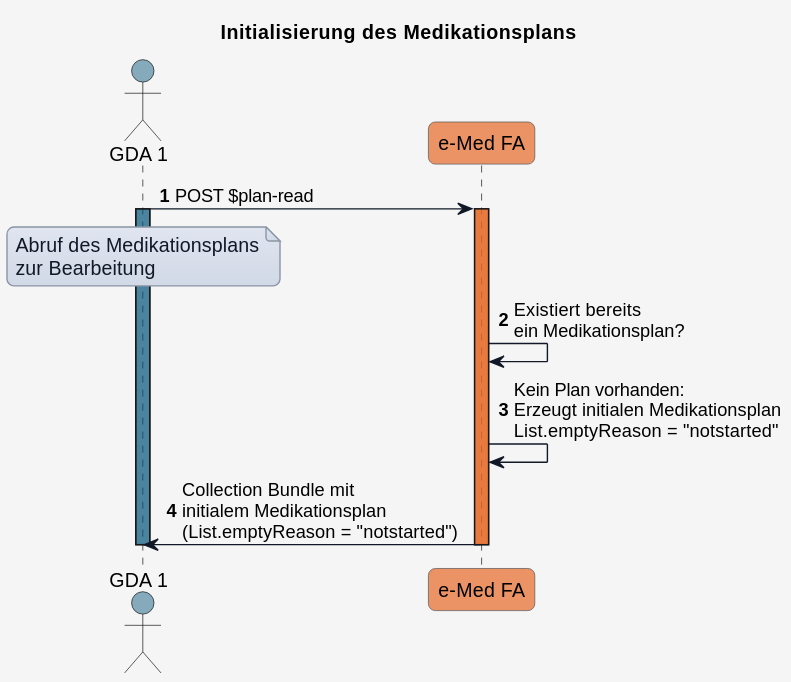
Before: input/images/plantuml/UC_eMed_06_01.svg, a diagram exported from PlantUML (HL7Austria/ELGA-e-Medikation-R4).
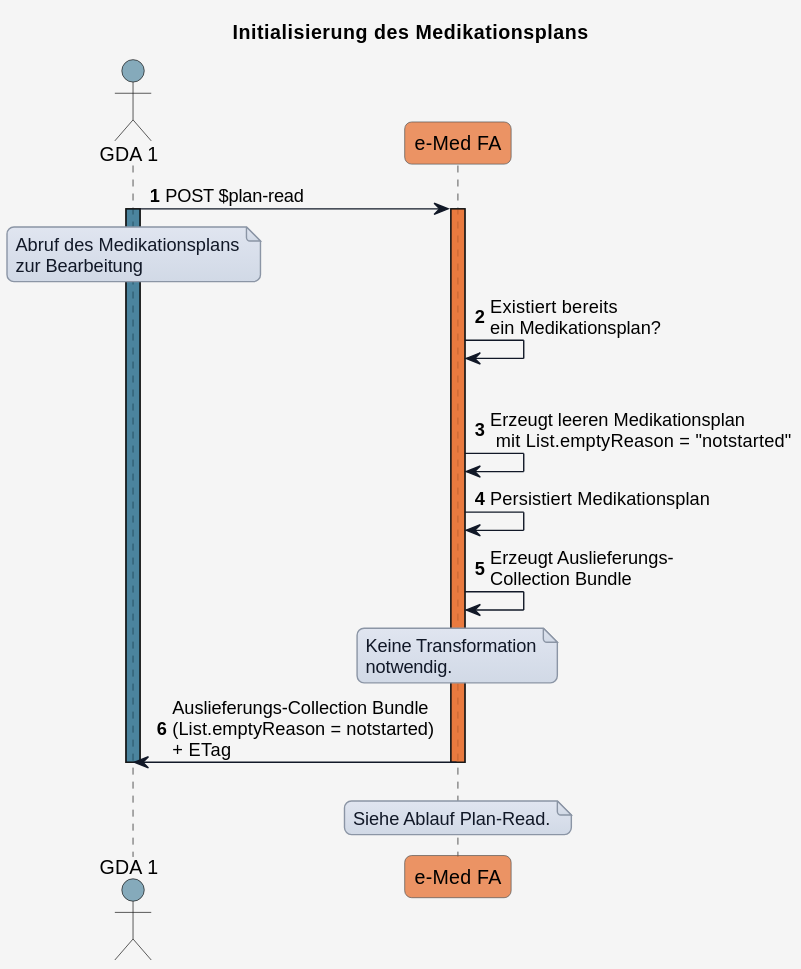
After the commit.

What changed in the source:
```diff
@@ -7,7 +7,6 @@
 skinparam shadowing false
 skinparam roundCorner 10
 skinparam defaultFontName "Arial"
-skinparam defaultFontSize 14
 skinparam defaultFontColor #000000
 skinparam HyperlinkColor #0000EE
 skinparam HyperlinkUnderline false
@@ -65,9 +64,24 @@
 activate eMed_FA COLOR_EMED_FA
 eMed_FA -> eMed_FA: Existiert bereits\nein Medikationsplan?
 
-eMed_FA -> eMed_FA: Kein Plan vorhanden:\nErzeugt initialen Medikationsplan\nList.emptyReason = "notstarted"
-eMed_FA -> GDA_1: Collection Bundle mit\ninitialem Medikationsplan\n(List.emptyReason = "notstarted")
+alt COLOR_OK kein Medikationsplan persistiert
 
-deactivate eMed_FA
+  eMed_FA -> eMed_FA: Erzeugt leeren Medikationsplan\n mit List.emptyReason = "notstarted"
+  eMed_FA -> eMed_FA: Persistiert Medikationsplan
+
+  eMed_FA -> eMed_FA: Erzeugt Auslieferungs-\nCollection Bundle
+  note over eMed_FA
+  Keine Transformation
+  notwendig.
+  end note
+  eMed_FA -> GDA_1: Auslieferungs-Collection Bundle\n(List.emptyReason = notstarted)\n+ ETag
+  deactivate eMed_FA
+
+
+else COLOR_ERROR Medikationsplan persistiert
+  note over eMed_FA
+  Siehe Ablauf Plan-Read.
+  end note
+
 deactivate GDA_1
 @enduml
```
